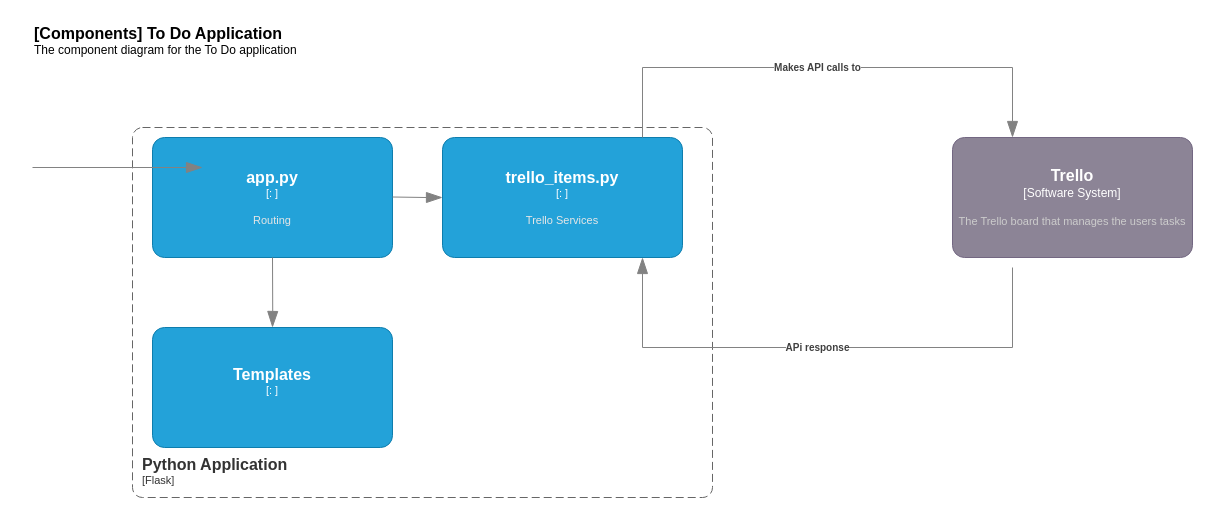
Earlier version of the draw.io diagram page "Component Diagram" (3 of 3) of context_diagram.drawio (shaylipatel/DevOps-Course-Starter). Source tidied: cells renumbered, new cells numbered last; positions are measured from the earlier drawing's top-left corner, leaving out a move shared by most shapes. Both pictures are drawn from the tidied source at 100%, with x=0, y=0 at pixel (32, 17).
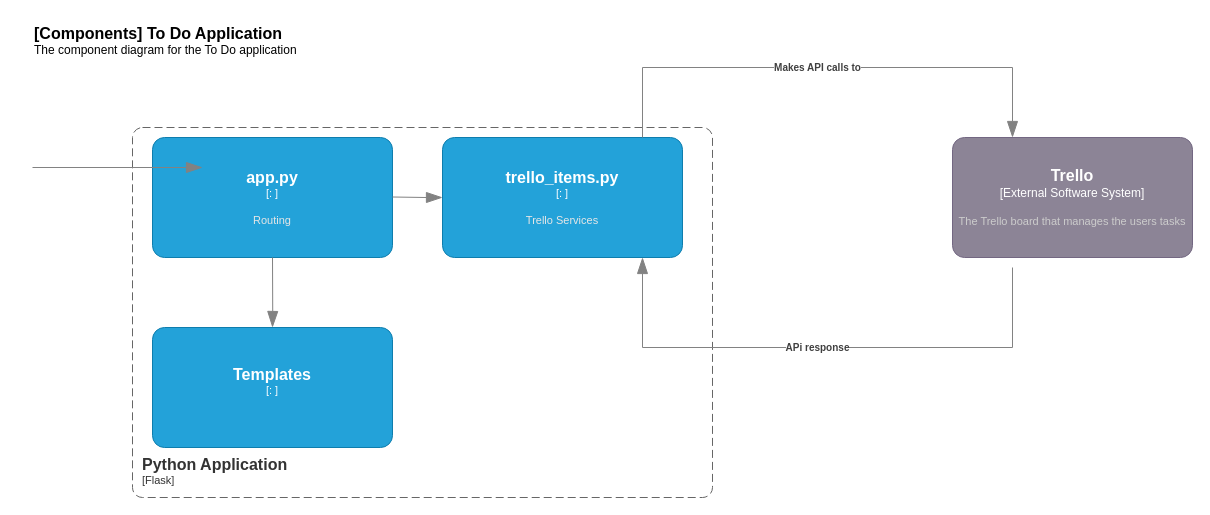
Above is the later version.

Diff of the diagram source:
```diff
@@
-    <object id="7" label="&lt;font style=&quot;font-size: 16px&quot;&gt;&lt;b&gt;%c4Name%&lt;/b&gt;&lt;/font&gt;&lt;div&gt;[%c4Type%]&lt;/div&gt;&lt;br&gt;&lt;div&gt;&lt;font style=&quot;font-size: 11px&quot;&gt;&lt;font color=&quot;#cccccc&quot;&gt;%c4Description%&lt;/font&gt;&lt;/div&gt;" c4Description="The Trello board that manages the users tasks" c4Name="Trello" c4Type="Software System" placeholders="1">
+    <object id="7" label="&lt;font style=&quot;font-size: 16px&quot;&gt;&lt;b&gt;%c4Name%&lt;/b&gt;&lt;/font&gt;&lt;div&gt;[%c4Type%]&lt;/div&gt;&lt;br&gt;&lt;div&gt;&lt;font style=&quot;font-size: 11px&quot;&gt;&lt;font color=&quot;#cccccc&quot;&gt;%c4Description%&lt;/font&gt;&lt;/div&gt;" c4Description="The Trello board that manages the users tasks" c4Name="Trello" c4Type="External Software System" placeholders="1">
       <mxCell style="rounded=1;whiteSpace=wrap;html=1;labelBackgroundColor=none;fillColor=#8C8496;fontColor=#ffffff;align=center;arcSize=10;strokeColor=#736782;points=[[0.25,0,0],[0.5,0,0],[0.75,0,0],[1,0.25,0],[1,0.5,0],[1,0.75,0],[0.75,1,0],[0.5,1,0],[0.25,1,0],[0,0.75,0],[0,0.5,0],[0,0.25,0]];" parent="1" vertex="1">
         <mxGeometry x="920" y="120" width="240" height="120" as="geometry" />
       </mxCell>
     </object>
```
